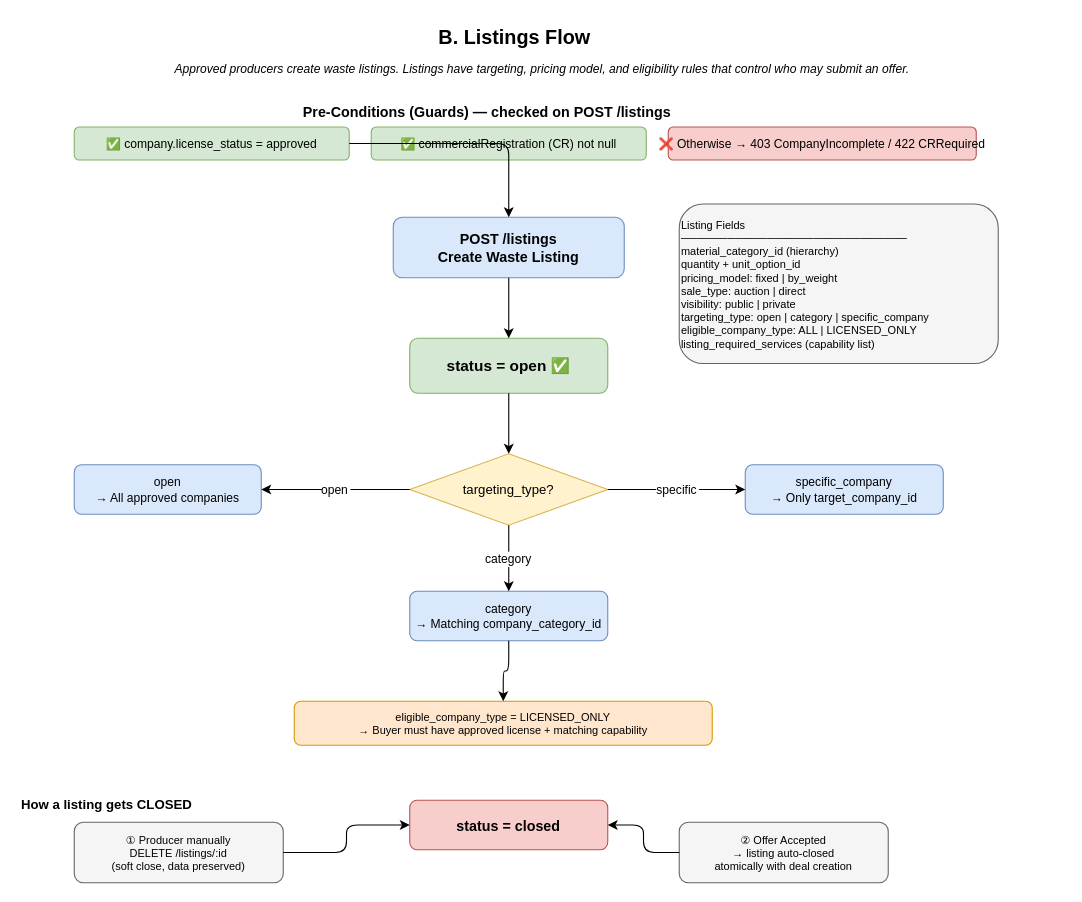
Earlier version of the draw.io diagram page "3. Listings Flow" (3 of 6) of Tadweerah_Phase1_Operating_Model.drawio (mmuaibed/Tadweerah-Hub). Source tidied: cells renumbered, new cells numbered last; positions are measured from the earlier drawing's top-left corner, leaving out a move shared by most shapes. Both pictures are drawn from the tidied source at 110%, with x=0, y=0 at pixel (19, 19).
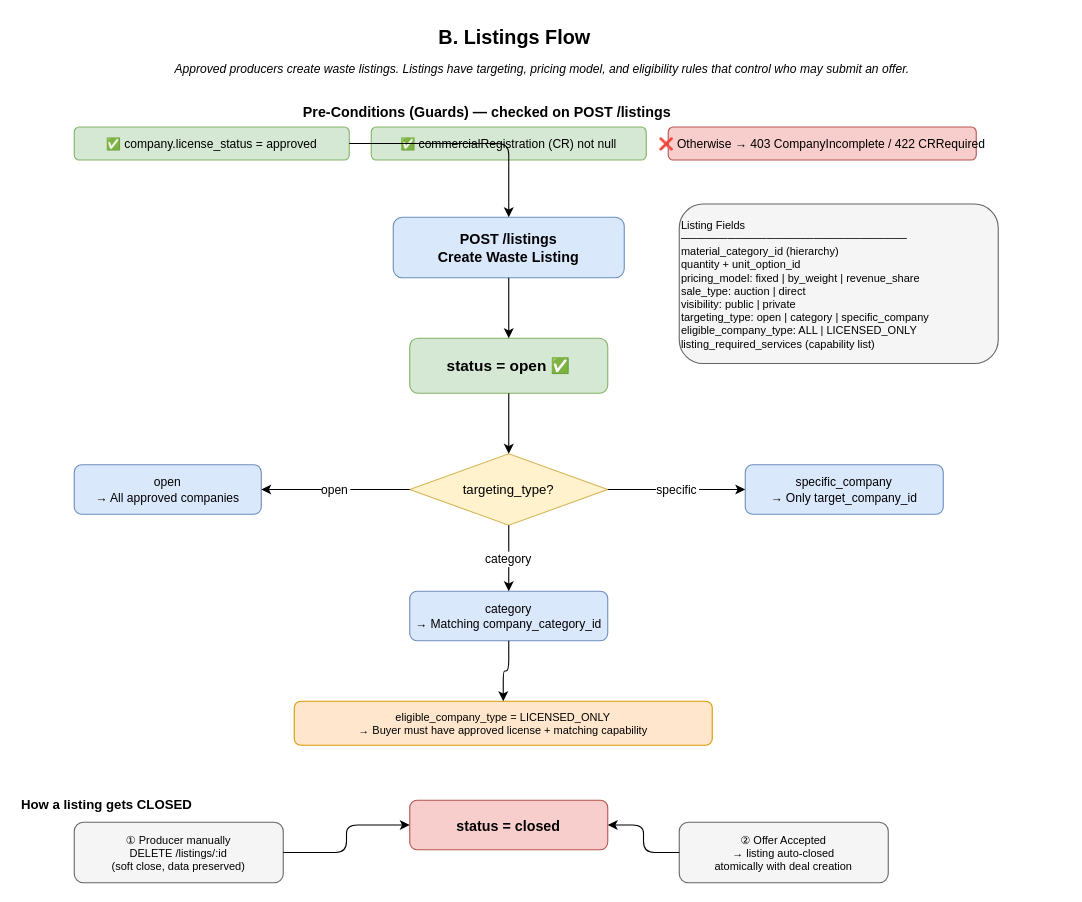
After the change.

What changed in the source:
```diff
@@
-    <mxCell id="9" value="Listing Fields&#10;─────────────────────────────&#10;material_category_id (hierarchy)&#10;quantity + unit_option_id&#10;pricing_model: fixed | by_weight&#10;sale_type: auction | direct&#10;visibility: public | private&#10;targeting_type: open | category | specific_company&#10;eligible_company_type: ALL | LICENSED_ONLY&#10;listing_required_services (capability list)" style="rounded=1;whiteSpace=wrap;html=1;fillColor=#f5f5f5;strokeColor=#666666;fontSize=10;align=left;" parent="1" vertex="1">
+    <mxCell id="9" value="Listing Fields&#10;─────────────────────────────&#10;material_category_id (hierarchy)&#10;quantity + unit_option_id&#10;pricing_model: fixed | by_weight | revenue_share&#10;sale_type: auction | direct&#10;visibility: public | private&#10;targeting_type: open | category | specific_company&#10;eligible_company_type: ALL | LICENSED_ONLY&#10;listing_required_services (capability list)" style="rounded=1;whiteSpace=wrap;html=1;fillColor=#f5f5f5;strokeColor=#666666;fontSize=10;align=left;" parent="1" vertex="1">
       <mxGeometry x="600" y="168" width="290" height="145" as="geometry" />
     </mxCell>
```
